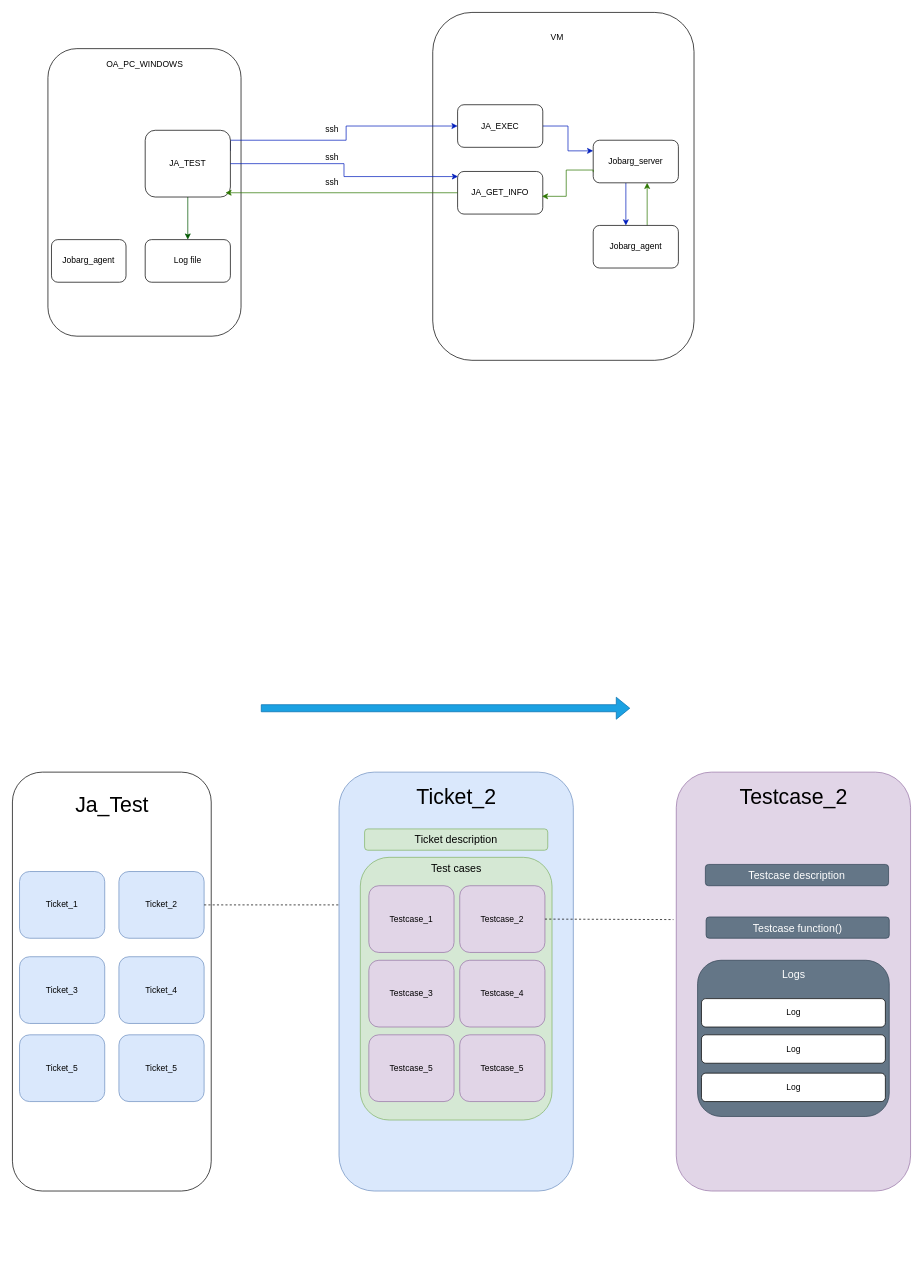
The draw.io diagram doc/ja_test.drawio in zukigit/remote_run-go, before the edit. Source tidied: cells renumbered, new cells numbered last; positions are measured from the earlier drawing's top-left corner, leaving out a move shared by most shapes. Both pictures are drawn from the tidied source at 71%, with x=0, y=0 at pixel (12, 12).
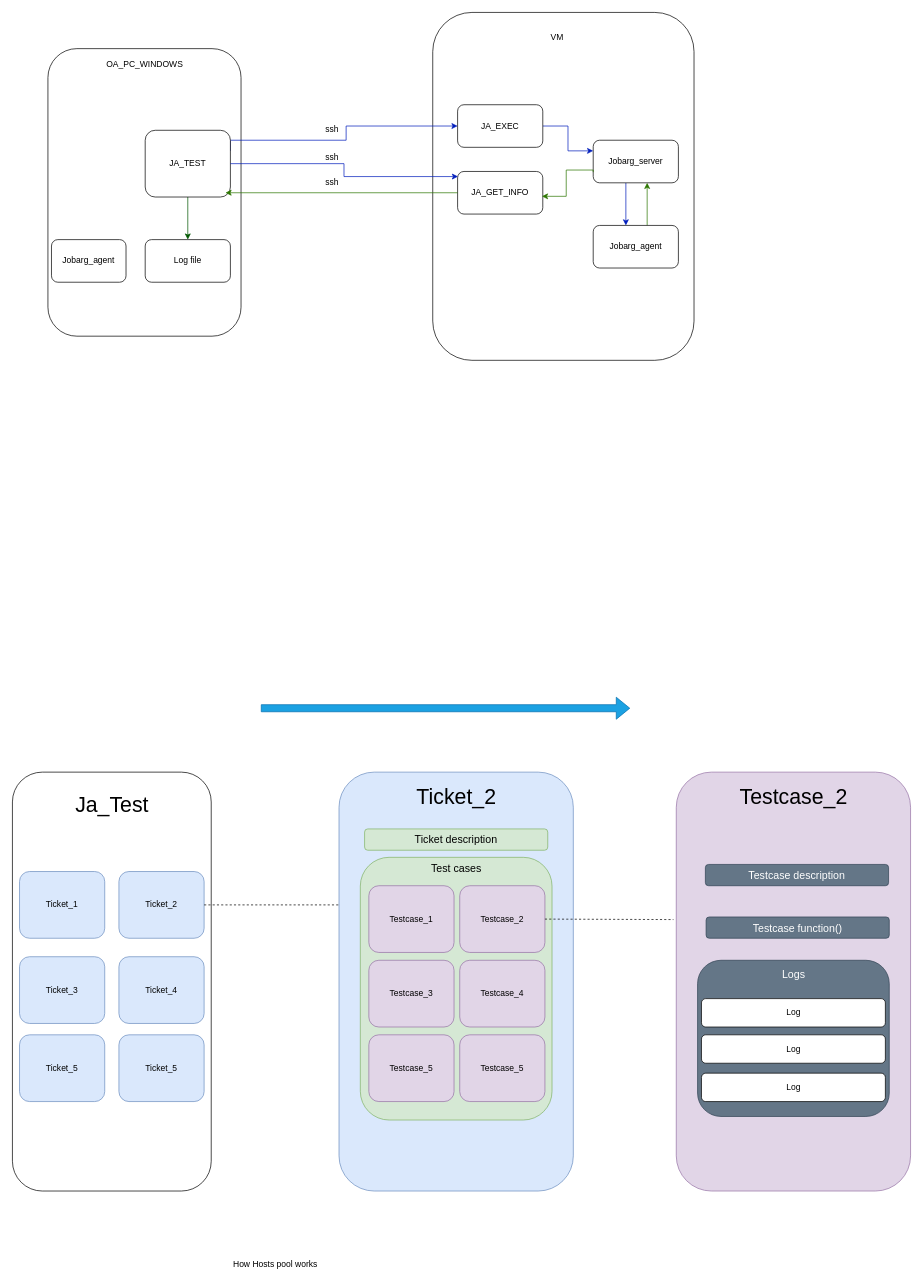
Above is the later version.

Diff of the diagram source:
```diff
@@
+    <mxCell id="56" value="How Hosts pool works" style="text;html=1;align=center;verticalAlign=middle;strokeColor=none;fillColor=none;" parent="1" vertex="1">
+      <mxGeometry x="300" y="1748" width="140" height="30" as="geometry" />
+    </mxCell>
```
